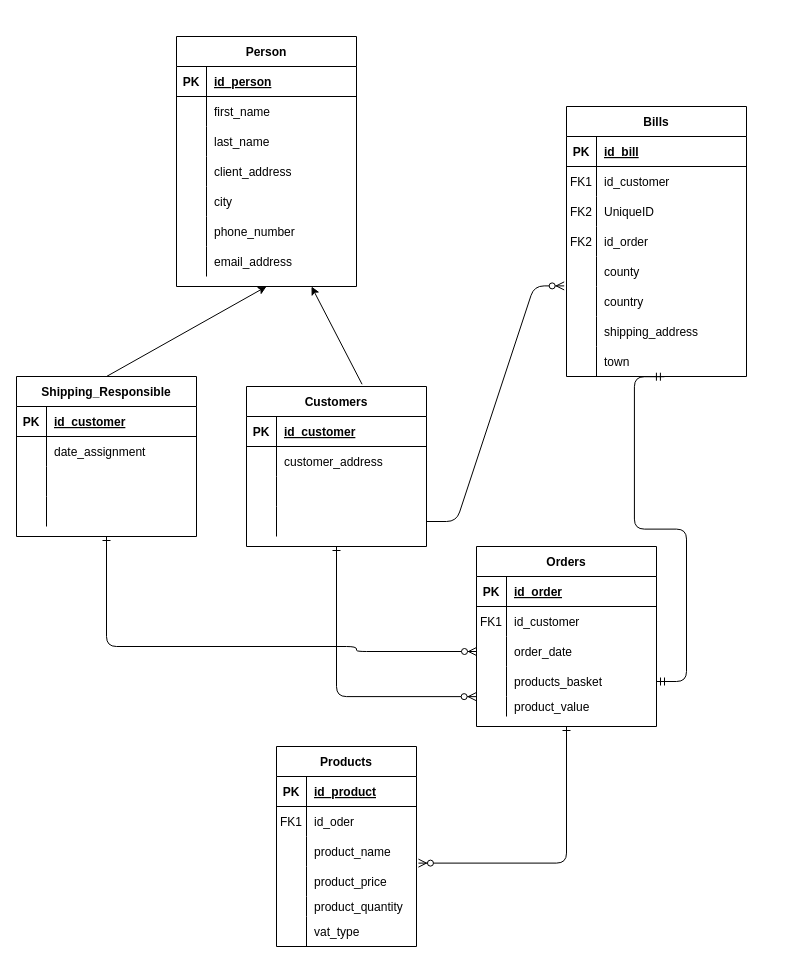
The draw.io diagram E-shop.drawio in capsabogdan/Google-Python, before the edit. Source tidied: cells renumbered, new cells numbered last; positions are measured from the earlier drawing's top-left corner, leaving out a move shared by most shapes. Both pictures are drawn from the tidied source at 100%, with x=0, y=0 at pixel (16, 36).
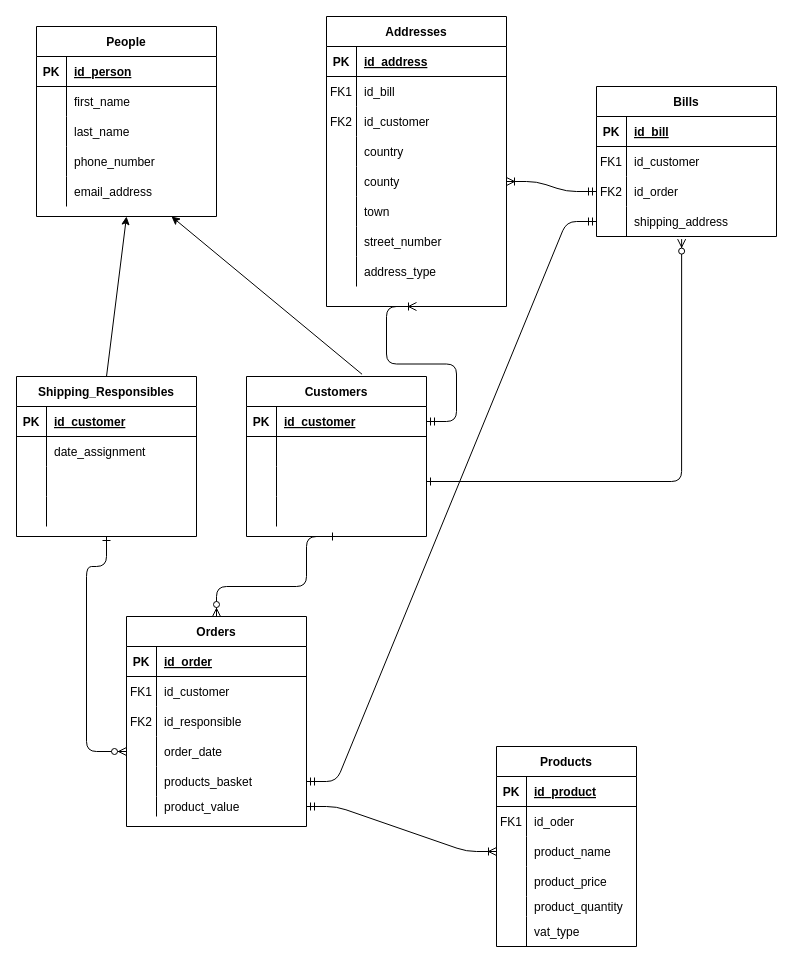
After the change.

Unchanged cells that the change refers to:
```xml
<mxCell id="51" style="shape=partialRectangle;fillColor=none;top=0;left=0;bottom=0;right=0;points=[[0,0.5],[1,0.5]];portConstraint=eastwest;" parent="44" vertex="1">
  <mxGeometry y="90" width="140" height="30" as="geometry" />
</mxCell>
<mxCell id="54" style="shape=partialRectangle;fillColor=none;top=0;left=0;bottom=0;right=0;points=[[0,0.5],[1,0.5]];portConstraint=eastwest;" parent="44" vertex="1">
  <mxGeometry y="120" width="140" height="30" as="geometry" />
</mxCell>
<mxCell id="90" style="shape=partialRectangle;fillColor=none;top=0;left=0;bottom=1;right=0;points=[[0,0.5],[1,0.5]];portConstraint=eastwest;" parent="89" vertex="1">
  <mxGeometry y="30" width="180" height="30" as="geometry" />
</mxCell>
<mxCell id="93" style="shape=partialRectangle;fillColor=none;top=0;left=0;bottom=0;right=0;" parent="89" vertex="1">
  <mxGeometry y="60" width="180" height="30" as="geometry" />
</mxCell>
<mxCell id="96" style="shape=partialRectangle;fillColor=none;top=0;left=0;bottom=0;right=0;points=[[0,0.5],[1,0.5]];portConstraint=eastwest;" parent="89" vertex="1">
  <mxGeometry y="90" width="180" height="30" as="geometry" />
</mxCell>
<mxCell id="99" style="shape=partialRectangle;fillColor=none;top=0;left=0;bottom=0;right=0;points=[[0,0.5],[1,0.5]];portConstraint=eastwest;" parent="89" vertex="1">
  <mxGeometry y="120" width="180" height="30" as="geometry" />
</mxCell>
```

The edit, as a diff of the source:
```diff
@@
     <mxCell id="2" value="Bills" style="shape=table;startSize=30;childLayout=tableLayout;rowLines=0;fontStyle=1;align=center;" parent="1" vertex="1">
-      <mxGeometry x="550" y="70" width="180" height="270" as="geometry" />
+      <mxGeometry x="580" y="50" width="180" height="150" as="geometry" />
     </mxCell>
@@
-    <mxCell id="9" style="shape=partialRectangle;fillColor=none;top=0;left=0;bottom=0;right=0;" parent="2" vertex="1">
-      <mxGeometry y="90" width="180" height="30" as="geometry" />
-    </mxCell>
-    <mxCell id="10" value="FK2" style="shape=partialRectangle;fillColor=none;top=0;left=0;bottom=0;right=0;fontStyle=0;overflow=hidden;" parent="9" vertex="1">
-      <mxGeometry width="30" height="30" as="geometry" />
-    </mxCell>
-    <mxCell id="11" value="UniqueID" style="shape=partialRectangle;fillColor=none;top=0;left=0;bottom=0;right=0;align=left;spacingLeft=6;fontStyle=0;overflow=hidden;" parent="9" vertex="1">
-      <mxGeometry x="30" width="150" height="30" as="geometry" />
-    </mxCell>
     <mxCell id="12" style="shape=partialRectangle;fillColor=none;top=0;left=0;bottom=0;right=0;points=[[0,0.5],[1,0.5]];portConstraint=eastwest;" parent="2" vertex="1">
-      <mxGeometry y="120" width="180" height="30" as="geometry" />
+      <mxGeometry y="90" width="180" height="30" as="geometry" />
     </mxCell>
@@
-    <mxCell id="15" style="shape=partialRectangle;fillColor=none;top=0;left=0;bottom=0;right=0;" parent="2" vertex="1">
-      <mxGeometry y="150" width="180" height="30" as="geometry" />
-    </mxCell>
-    <mxCell id="16" style="shape=partialRectangle;fillColor=none;top=0;left=0;bottom=0;right=0;overflow=hidden;" parent="15" vertex="1">
-      <mxGeometry width="30" height="30" as="geometry" />
-    </mxCell>
-    <mxCell id="17" value="county" style="shape=partialRectangle;fillColor=none;top=0;left=0;bottom=0;right=0;align=left;spacingLeft=6;overflow=hidden;" parent="15" vertex="1">
-      <mxGeometry x="30" width="150" height="30" as="geometry" />
-    </mxCell>
-    <mxCell id="18" style="shape=partialRectangle;fillColor=none;top=0;left=0;bottom=0;right=0;points=[[0,0.5],[1,0.5]];portConstraint=eastwest;" parent="2" vertex="1">
-      <mxGeometry y="180" width="180" height="30" as="geometry" />
-    </mxCell>
-    <mxCell id="19" style="shape=partialRectangle;fillColor=none;top=0;left=0;bottom=0;right=0;overflow=hidden;" parent="18" vertex="1">
-      <mxGeometry width="30" height="30" as="geometry" />
-    </mxCell>
-    <mxCell id="20" value="country" style="shape=partialRectangle;fillColor=none;top=0;left=0;bottom=0;right=0;align=left;spacingLeft=6;overflow=hidden;" parent="18" vertex="1">
-      <mxGeometry x="30" width="150" height="30" as="geometry" />
-    </mxCell>
     <mxCell id="21" style="shape=partialRectangle;fillColor=none;top=0;left=0;bottom=0;right=0;points=[[0,0.5],[1,0.5]];portConstraint=eastwest;" parent="2" vertex="1">
-      <mxGeometry y="210" width="180" height="30" as="geometry" />
+      <mxGeometry y="120" width="180" height="30" as="geometry" />
     </mxCell>
@@
-    <mxCell id="24" style="shape=partialRectangle;fillColor=none;top=0;left=0;bottom=0;right=0;points=[[0,0.5],[1,0.5]];portConstraint=eastwest;" parent="2" vertex="1">
-      <mxGeometry y="240" width="180" height="30" as="geometry" />
-    </mxCell>
-    <mxCell id="25" style="shape=partialRectangle;fillColor=none;top=0;left=0;bottom=0;right=0;overflow=hidden;" parent="24" vertex="1">
-      <mxGeometry width="30" height="30" as="geometry" />
-    </mxCell>
-    <mxCell id="26" value="town" style="shape=partialRectangle;fillColor=none;top=0;left=0;bottom=0;right=0;align=left;spacingLeft=6;overflow=hidden;" parent="24" vertex="1">
-      <mxGeometry x="30" width="150" height="30" as="geometry" />
-    </mxCell>
     <mxCell id="27" value="Orders" style="shape=table;startSize=30;childLayout=tableLayout;rowLines=0;fontStyle=1;align=center;" parent="1" vertex="1">
-      <mxGeometry x="460" y="510" width="180" height="180" as="geometry" />
+      <mxGeometry x="110" y="580" width="180" height="210" as="geometry" />
     </mxCell>
@@
+    <mxCell id="117" style="shape=partialRectangle;fillColor=none;top=0;left=0;bottom=0;right=0;" parent="27" vertex="1">
+      <mxGeometry y="90" width="180" height="30" as="geometry" />
+    </mxCell>
+    <mxCell id="118" value="FK2" style="shape=partialRectangle;fillColor=none;top=0;left=0;bottom=0;right=0;overflow=hidden;" parent="117" vertex="1">
+      <mxGeometry width="30" height="30" as="geometry" />
+    </mxCell>
+    <mxCell id="119" value="id_responsible" style="shape=partialRectangle;fillColor=none;top=0;left=0;bottom=0;right=0;align=left;spacingLeft=6;overflow=hidden;" parent="117" vertex="1">
+      <mxGeometry x="30" width="150" height="30" as="geometry" />
+    </mxCell>
     <mxCell id="34" style="shape=partialRectangle;fillColor=none;top=0;left=0;bottom=0;right=0;points=[[0,0.5],[1,0.5]];portConstraint=eastwest;" parent="27" vertex="1">
-      <mxGeometry y="90" width="180" height="30" as="geometry" />
+      <mxGeometry y="120" width="180" height="30" as="geometry" />
     </mxCell>
@@
     <mxCell id="37" style="shape=partialRectangle;fillColor=none;top=0;left=0;bottom=0;right=0;points=[[0,0.5],[1,0.5]];portConstraint=eastwest;" parent="27" vertex="1">
-      <mxGeometry y="120" width="180" height="30" as="geometry" />
+      <mxGeometry y="150" width="180" height="30" as="geometry" />
     </mxCell>
@@
     <mxCell id="40" style="shape=partialRectangle;fillColor=none;top=0;left=0;bottom=0;right=0;points=[[0,0.5],[1,0.5]];portConstraint=eastwest;" parent="27" vertex="1">
-      <mxGeometry y="150" width="180" height="20" as="geometry" />
+      <mxGeometry y="180" width="180" height="20" as="geometry" />
     </mxCell>
@@
-    <mxCell id="43" style="edgeStyle=orthogonalEdgeStyle;endArrow=ERzeroToMany;startArrow=ERone;endFill=1;startFill=0;entryX=-0.002;entryY=0.007;entryDx=0;entryDy=0;entryPerimeter=0;exitX=0.5;exitY=1;exitDx=0;exitDy=0;" parent="1" edge="1" source="89" target="40">
+    <mxCell id="43" style="edgeStyle=orthogonalEdgeStyle;endArrow=ERzeroToMany;startArrow=ERone;endFill=1;startFill=0;exitX=0.5;exitY=1;exitDx=0;exitDy=0;entryX=0.5;entryY=0;entryDx=0;entryDy=0;" parent="1" edge="1" source="89" target="27">
       <mxGeometry relative="1" as="geometry">
         <Array as="points">
-          <mxPoint x="320" y="660" />
+          <mxPoint x="290" y="550" />
+          <mxPoint x="200" y="550" />
         </Array>
       </mxGeometry>
     </mxCell>
     <mxCell id="44" value="Products" style="shape=table;startSize=30;childLayout=tableLayout;rowLines=0;fontStyle=1;align=center;" parent="1" vertex="1">
-      <mxGeometry x="260" y="710" width="140" height="200" as="geometry" />
+      <mxGeometry x="480" y="710" width="140" height="200" as="geometry" />
     </mxCell>
@@
-    <mxCell id="63" style="edgeStyle=orthogonalEdgeStyle;endArrow=ERzeroToMany;startArrow=ERone;endFill=1;startFill=0;exitX=0.5;exitY=1;exitDx=0;exitDy=0;entryX=1.014;entryY=-0.113;entryDx=0;entryDy=0;entryPerimeter=0;" parent="1" edge="1" source="27" target="54">
-      <mxGeometry relative="1" as="geometry">
-        <Array as="points">
-          <mxPoint x="550" y="827" />
-        </Array>
-      </mxGeometry>
-    </mxCell>
-    <mxCell id="64" style="edgeStyle=entityRelationEdgeStyle;fontSize=12;html=1;endArrow=ERzeroToMany;endFill=1;exitX=1;exitY=0.5;exitDx=0;exitDy=0;entryX=-0.013;entryY=-0.02;entryDx=0;entryDy=0;entryPerimeter=0;" parent="1" edge="1" source="99" target="18">
-      <mxGeometry relative="1" as="geometry" />
-    </mxCell>
-    <mxCell id="65" style="edgeStyle=entityRelationEdgeStyle;fontSize=12;html=1;endArrow=ERmandOne;startArrow=ERmandOne;entryX=0.544;entryY=1.007;entryDx=0;entryDy=0;entryPerimeter=0;exitX=1;exitY=0.5;exitDx=0;exitDy=0;" parent="1" edge="1" source="37" target="24">
+    <mxCell id="65" style="edgeStyle=entityRelationEdgeStyle;fontSize=12;html=1;endArrow=ERmandOne;startArrow=ERmandOne;entryX=0;entryY=0.5;entryDx=0;entryDy=0;exitX=1;exitY=0.5;exitDx=0;exitDy=0;" parent="1" edge="1" source="37" target="21">
       <mxGeometry relative="1" as="geometry" />
     </mxCell>
-    <mxCell id="66" value="Person" style="shape=table;startSize=30;childLayout=tableLayout;rowLines=0;fontStyle=1;align=center;" parent="1" vertex="1">
-      <mxGeometry x="160" width="180" height="250" as="geometry" />
+    <mxCell id="66" value="People" style="shape=table;startSize=30;childLayout=tableLayout;rowLines=0;fontStyle=1;align=center;" parent="1" vertex="1">
+      <mxGeometry x="20" y="-10" width="180" height="190" as="geometry" />
     </mxCell>
@@
-    <mxCell id="76" style="shape=partialRectangle;fillColor=none;top=0;left=0;bottom=0;right=0;" parent="66" vertex="1">
-      <mxGeometry y="120" width="180" height="30" as="geometry" />
-    </mxCell>
-    <mxCell id="77" style="shape=partialRectangle;fillColor=none;top=0;left=0;bottom=0;right=0;overflow=hidden;" parent="76" vertex="1">
-      <mxGeometry width="30" height="30" as="geometry" />
-    </mxCell>
-    <mxCell id="78" value="client_address" style="shape=partialRectangle;fillColor=none;top=0;left=0;bottom=0;right=0;align=left;spacingLeft=6;overflow=hidden;" parent="76" vertex="1">
-      <mxGeometry x="30" width="150" height="30" as="geometry" />
-    </mxCell>
-    <mxCell id="79" style="shape=partialRectangle;fillColor=none;top=0;left=0;bottom=0;right=0;" parent="66" vertex="1">
-      <mxGeometry y="150" width="180" height="30" as="geometry" />
-    </mxCell>
-    <mxCell id="80" style="shape=partialRectangle;fillColor=none;top=0;left=0;bottom=0;right=0;overflow=hidden;" parent="79" vertex="1">
-      <mxGeometry width="30" height="30" as="geometry" />
-    </mxCell>
-    <mxCell id="81" value="city" style="shape=partialRectangle;fillColor=none;top=0;left=0;bottom=0;right=0;align=left;spacingLeft=6;overflow=hidden;" parent="79" vertex="1">
-      <mxGeometry x="30" width="150" height="30" as="geometry" />
-    </mxCell>
     <mxCell id="82" style="shape=partialRectangle;fillColor=none;top=0;left=0;bottom=0;right=0;" parent="66" vertex="1">
-      <mxGeometry y="180" width="180" height="30" as="geometry" />
+      <mxGeometry y="120" width="180" height="30" as="geometry" />
     </mxCell>
@@
     <mxCell id="85" style="shape=partialRectangle;fillColor=none;top=0;left=0;bottom=0;right=0;" parent="66" vertex="1">
-      <mxGeometry y="210" width="180" height="30" as="geometry" />
+      <mxGeometry y="150" width="180" height="30" as="geometry" />
     </mxCell>
@@
     <mxCell id="89" value="Customers" style="shape=table;startSize=30;childLayout=tableLayout;rowLines=0;fontStyle=1;align=center;" parent="1" vertex="1">
-      <mxGeometry x="230" y="350" width="180" height="160" as="geometry" />
+      <mxGeometry x="230" y="340" width="180" height="160" as="geometry" />
     </mxCell>
@@
-    <mxCell id="95" value="customer_address" style="shape=partialRectangle;fillColor=none;top=0;left=0;bottom=0;right=0;align=left;spacingLeft=6;overflow=hidden;" parent="93" vertex="1">
+    <mxCell id="95" style="shape=partialRectangle;fillColor=none;top=0;left=0;bottom=0;right=0;align=left;spacingLeft=6;overflow=hidden;" parent="93" vertex="1">
       <mxGeometry x="30" width="150" height="30" as="geometry" />
     </mxCell>
@@
-    <mxCell id="102" value="Shipping_Responsible" style="shape=table;startSize=30;childLayout=tableLayout;rowLines=0;fontStyle=1;align=center;" parent="1" vertex="1">
+    <mxCell id="102" value="Shipping_Responsibles" style="shape=table;startSize=30;childLayout=tableLayout;rowLines=0;fontStyle=1;align=center;" parent="1" vertex="1">
       <mxGeometry y="340" width="180" height="160" as="geometry" />
     </mxCell>
@@
     <mxCell id="116" style="edgeStyle=orthogonalEdgeStyle;endArrow=ERzeroToMany;startArrow=ERone;endFill=1;startFill=0;entryX=0;entryY=0.5;entryDx=0;entryDy=0;exitX=0.5;exitY=1;exitDx=0;exitDy=0;" parent="1" edge="1" source="102" target="34">
       <mxGeometry relative="1" as="geometry">
         <Array as="points">
-          <mxPoint x="90" y="610" />
-          <mxPoint x="340" y="610" />
-          <mxPoint x="340" y="615" />
+          <mxPoint x="90" y="530" />
+          <mxPoint x="70" y="530" />
+          <mxPoint x="70" y="715" />
         </Array>
       </mxGeometry>
     </mxCell>
+    <mxCell id="120" value="Addresses" style="shape=table;startSize=30;childLayout=tableLayout;rowLines=0;fontStyle=1;align=center;" parent="1" vertex="1">
+      <mxGeometry x="310" y="-20" width="180" height="290" as="geometry" />
+    </mxCell>
+    <mxCell id="121" style="shape=partialRectangle;fillColor=none;top=0;left=0;bottom=1;right=0;" parent="120" vertex="1">
+      <mxGeometry y="30" width="180" height="30" as="geometry" />
+    </mxCell>
+    <mxCell id="122" value="PK" style="shape=partialRectangle;fillColor=none;top=0;left=0;bottom=0;right=0;fontStyle=1;overflow=hidden;" parent="121" vertex="1">
+      <mxGeometry width="30" height="30" as="geometry" />
+    </mxCell>
+    <mxCell id="123" value="id_address" style="shape=partialRectangle;fillColor=none;top=0;left=0;bottom=0;right=0;align=left;spacingLeft=6;fontStyle=5;overflow=hidden;" parent="121" vertex="1">
+      <mxGeometry x="30" width="150" height="30" as="geometry" />
+    </mxCell>
+    <mxCell id="124" style="shape=partialRectangle;fillColor=none;top=0;left=0;bottom=0;right=0;" parent="120" vertex="1">
+      <mxGeometry y="60" width="180" height="30" as="geometry" />
+    </mxCell>
+    <mxCell id="125" value="FK1" style="shape=partialRectangle;fillColor=none;top=0;left=0;bottom=0;right=0;overflow=hidden;" parent="124" vertex="1">
+      <mxGeometry width="30" height="30" as="geometry" />
+    </mxCell>
+    <mxCell id="126" value="id_bill" style="shape=partialRectangle;fillColor=none;top=0;left=0;bottom=0;right=0;align=left;spacingLeft=6;overflow=hidden;" parent="124" vertex="1">
+      <mxGeometry x="30" width="150" height="30" as="geometry" />
+    </mxCell>
+    <mxCell id="127" style="shape=partialRectangle;fillColor=none;top=0;left=0;bottom=0;right=0;" parent="120" vertex="1">
+      <mxGeometry y="90" width="180" height="30" as="geometry" />
+    </mxCell>
+    <mxCell id="128" value="FK2" style="shape=partialRectangle;fillColor=none;top=0;left=0;bottom=0;right=0;overflow=hidden;" parent="127" vertex="1">
+      <mxGeometry width="30" height="30" as="geometry" />
+    </mxCell>
+    <mxCell id="129" value="id_customer" style="shape=partialRectangle;fillColor=none;top=0;left=0;bottom=0;right=0;align=left;spacingLeft=6;overflow=hidden;" parent="127" vertex="1">
+      <mxGeometry x="30" width="150" height="30" as="geometry" />
+    </mxCell>
+    <mxCell id="76" style="shape=partialRectangle;fillColor=none;top=0;left=0;bottom=0;right=0;" parent="120" vertex="1">
+      <mxGeometry y="120" width="180" height="30" as="geometry" />
+    </mxCell>
+    <mxCell id="130" style="shape=partialRectangle;fillColor=none;top=0;left=0;bottom=0;right=0;overflow=hidden;" parent="76" vertex="1">
+      <mxGeometry width="30" height="30" as="geometry" />
+    </mxCell>
+    <mxCell id="20" value="country" style="shape=partialRectangle;fillColor=none;top=0;left=0;bottom=0;right=0;align=left;spacingLeft=6;overflow=hidden;" parent="76" vertex="1">
+      <mxGeometry x="30" width="150" height="30" as="geometry" />
+    </mxCell>
+    <mxCell id="131" style="shape=partialRectangle;fillColor=none;top=0;left=0;bottom=0;right=0;points=[[0,0.5],[1,0.5]];portConstraint=eastwest;" parent="120" vertex="1">
+      <mxGeometry y="150" width="180" height="30" as="geometry" />
+    </mxCell>
+    <mxCell id="132" style="shape=partialRectangle;fillColor=none;top=0;left=0;bottom=0;right=0;overflow=hidden;" parent="131" vertex="1">
+      <mxGeometry width="30" height="30" as="geometry" />
+    </mxCell>
+    <mxCell id="17" value="county" style="shape=partialRectangle;fillColor=none;top=0;left=0;bottom=0;right=0;align=left;spacingLeft=6;overflow=hidden;" parent="131" vertex="1">
+      <mxGeometry x="30" width="150" height="30" as="geometry" />
+    </mxCell>
+    <mxCell id="18" style="shape=partialRectangle;fillColor=none;top=0;left=0;bottom=0;right=0;points=[[0,0.5],[1,0.5]];portConstraint=eastwest;" parent="120" vertex="1">
+      <mxGeometry y="180" width="180" height="30" as="geometry" />
+    </mxCell>
+    <mxCell id="133" style="shape=partialRectangle;fillColor=none;top=0;left=0;bottom=0;right=0;overflow=hidden;" parent="18" vertex="1">
+      <mxGeometry width="30" height="30" as="geometry" />
+    </mxCell>
+    <mxCell id="26" value="town" style="shape=partialRectangle;fillColor=none;top=0;left=0;bottom=0;right=0;align=left;spacingLeft=6;overflow=hidden;" parent="18" vertex="1">
+      <mxGeometry x="30" width="150" height="30" as="geometry" />
+    </mxCell>
+    <mxCell id="134" style="shape=partialRectangle;fillColor=none;top=0;left=0;bottom=0;right=0;" parent="120" vertex="1">
+      <mxGeometry y="210" width="180" height="30" as="geometry" />
+    </mxCell>
+    <mxCell id="135" style="shape=partialRectangle;fillColor=none;top=0;left=0;bottom=0;right=0;overflow=hidden;" parent="134" vertex="1">
+      <mxGeometry width="30" height="30" as="geometry" />
+    </mxCell>
+    <mxCell id="136" value="street_number" style="shape=partialRectangle;fillColor=none;top=0;left=0;bottom=0;right=0;align=left;spacingLeft=6;overflow=hidden;" parent="134" vertex="1">
+      <mxGeometry x="30" width="150" height="30" as="geometry" />
+    </mxCell>
+    <mxCell id="24" style="shape=partialRectangle;fillColor=none;top=0;left=0;bottom=0;right=0;points=[[0,0.5],[1,0.5]];portConstraint=eastwest;" parent="120" vertex="1">
+      <mxGeometry y="240" width="180" height="30" as="geometry" />
+    </mxCell>
+    <mxCell id="137" style="shape=partialRectangle;fillColor=none;top=0;left=0;bottom=0;right=0;overflow=hidden;" parent="24" vertex="1">
+      <mxGeometry width="30" height="30" as="geometry" />
+    </mxCell>
+    <mxCell id="138" value="address_type" style="shape=partialRectangle;fillColor=none;top=0;left=0;bottom=0;right=0;align=left;spacingLeft=6;overflow=hidden;" parent="24" vertex="1">
+      <mxGeometry x="30" width="150" height="30" as="geometry" />
+    </mxCell>
+    <mxCell id="139" style="edgeStyle=entityRelationEdgeStyle;fontSize=12;html=1;endArrow=ERoneToMany;startArrow=ERmandOne;exitX=1;exitY=0.5;exitDx=0;exitDy=0;" parent="1" edge="1" source="90">
+      <mxGeometry relative="1" as="geometry">
+        <mxPoint x="400" y="270" as="targetPoint" />
+      </mxGeometry>
+    </mxCell>
+    <mxCell id="140" style="edgeStyle=entityRelationEdgeStyle;fontSize=12;html=1;endArrow=ERoneToMany;startArrow=ERmandOne;exitX=0;exitY=0.5;exitDx=0;exitDy=0;entryX=1;entryY=0.5;entryDx=0;entryDy=0;" parent="1" edge="1" source="12" target="131">
+      <mxGeometry relative="1" as="geometry" />
+    </mxCell>
+    <mxCell id="141" style="edgeStyle=entityRelationEdgeStyle;fontSize=12;html=1;endArrow=ERoneToMany;startArrow=ERmandOne;exitX=1;exitY=0.5;exitDx=0;exitDy=0;entryX=0;entryY=0.5;entryDx=0;entryDy=0;" parent="1" edge="1" source="40" target="51">
+      <mxGeometry relative="1" as="geometry" />
+    </mxCell>
+    <mxCell id="142" style="edgeStyle=orthogonalEdgeStyle;endArrow=ERzeroToMany;startArrow=ERone;endFill=1;startFill=0;exitX=1;exitY=0.5;exitDx=0;exitDy=0;entryX=0.473;entryY=1.087;entryDx=0;entryDy=0;entryPerimeter=0;" parent="1" edge="1" source="96" target="21">
+      <mxGeometry relative="1" as="geometry">
+        <Array as="points">
+          <mxPoint x="665" y="445" />
+        </Array>
+      </mxGeometry>
+    </mxCell>
```
